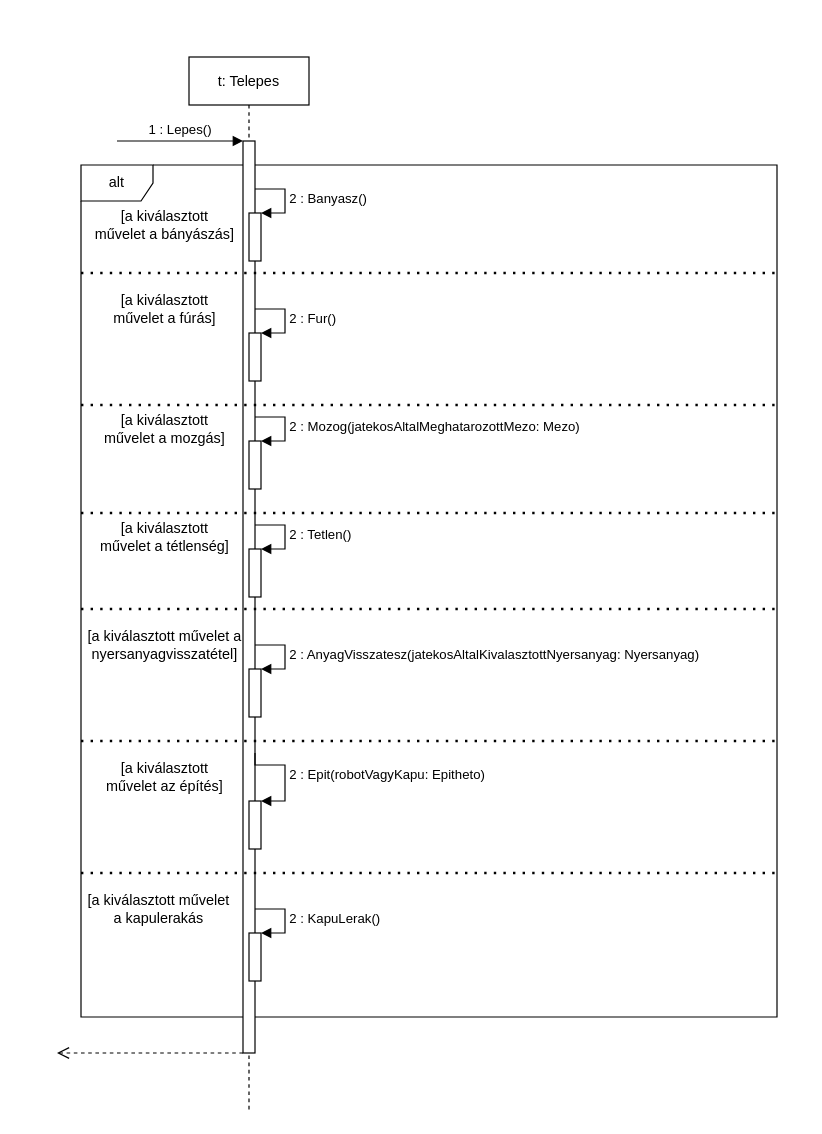
This is doc/uml/telepes_lepes.drawio from torpeBoiGo/aszteroidabanyaszat, a draw.io file, before an edit. Source tidied: cells renumbered, new cells numbered last; positions are measured from the earlier drawing's top-left corner, leaving out a move shared by most shapes. Both pictures are drawn from the tidied source at 120%, with x=0, y=0 at pixel (56, 56).
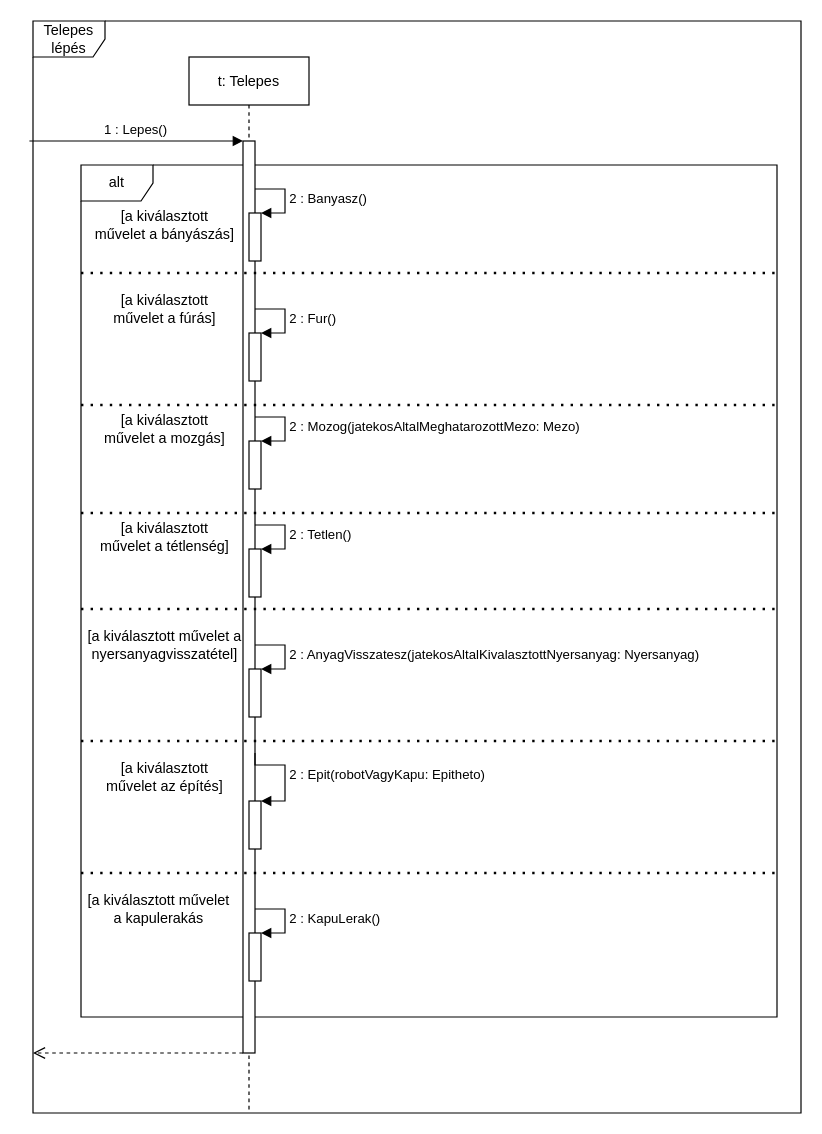
The same diagram, later.

Unchanged cells that the change refers to:
```xml
<mxCell id="3" value="t: Telepes" style="shape=umlLifeline;perimeter=lifelinePerimeter;rounded=0;shadow=0;strokeWidth=1;" parent="1" vertex="1">
  <mxGeometry x="110" width="100" height="880" as="geometry" />
</mxCell>
<mxCell id="4" style="points=[];perimeter=orthogonalPerimeter;rounded=0;shadow=0;strokeWidth=1;" parent="3" vertex="1">
  <mxGeometry x="45" y="70" width="10" height="760" as="geometry" />
</mxCell>
```

Diff of the diagram source:
```diff
@@
+    <mxCell id="34" value="Telepes lépés" style="shape=umlFrame;whiteSpace=wrap;html=1;" parent="1" vertex="1">
+      <mxGeometry x="-20" y="-30" width="640" height="910" as="geometry" />
+    </mxCell>
@@
-    <mxCell id="5" value="1 : Lepes()" style="verticalAlign=bottom;startArrow=none;endArrow=block;startSize=8;shadow=0;strokeWidth=1;startFill=0;" parent="3" edge="1" target="4">
-      <mxGeometry relative="1" as="geometry">
-        <mxPoint x="-60" y="70" as="sourcePoint" />
-      </mxGeometry>
-    </mxCell>
     <mxCell id="6" style="verticalAlign=bottom;endArrow=open;dashed=1;endSize=8;shadow=0;strokeWidth=1;" parent="1" edge="1" source="4">
       <mxGeometry relative="1" as="geometry">
-        <mxPoint y="830" as="targetPoint" />
+        <mxPoint x="-20" y="830" as="targetPoint" />
       </mxGeometry>
     </mxCell>
@@
+    <mxCell id="5" value="1 : Lepes()" style="verticalAlign=bottom;startArrow=none;endArrow=block;startSize=8;shadow=0;strokeWidth=1;startFill=0;" parent="1" edge="1" target="4">
+      <mxGeometry relative="1" as="geometry">
+        <mxPoint x="-23" y="70" as="sourcePoint" />
+      </mxGeometry>
+    </mxCell>
```
